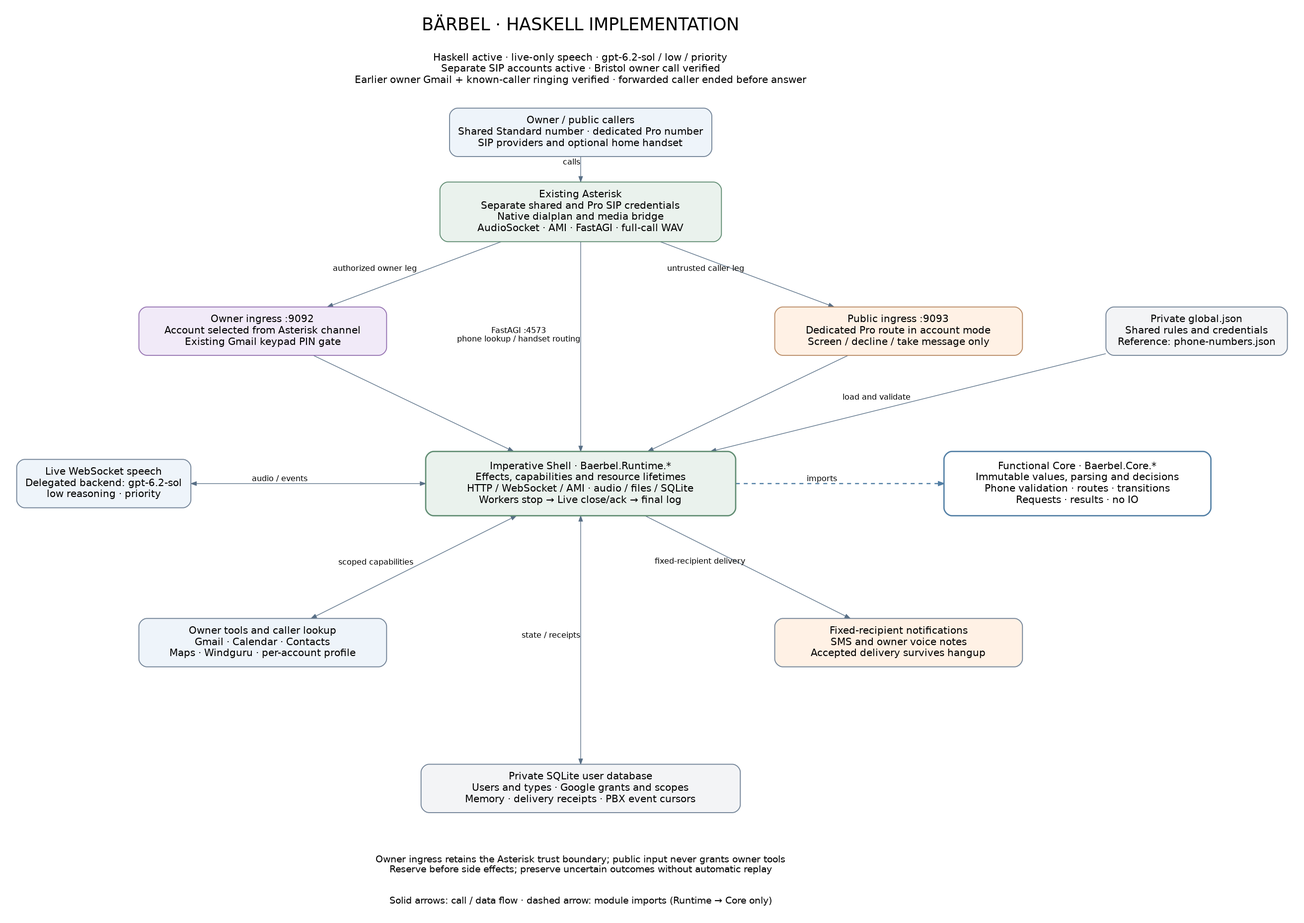
The Graphviz diagram architecture/BAERBEL_SYSTEM_ARCHITECTURE.png in StefanHubner/BaerbelHaskell, before a commit. Its source is kept beside it as architecture/BAERBEL_SYSTEM_ARCHITECTURE.dot.
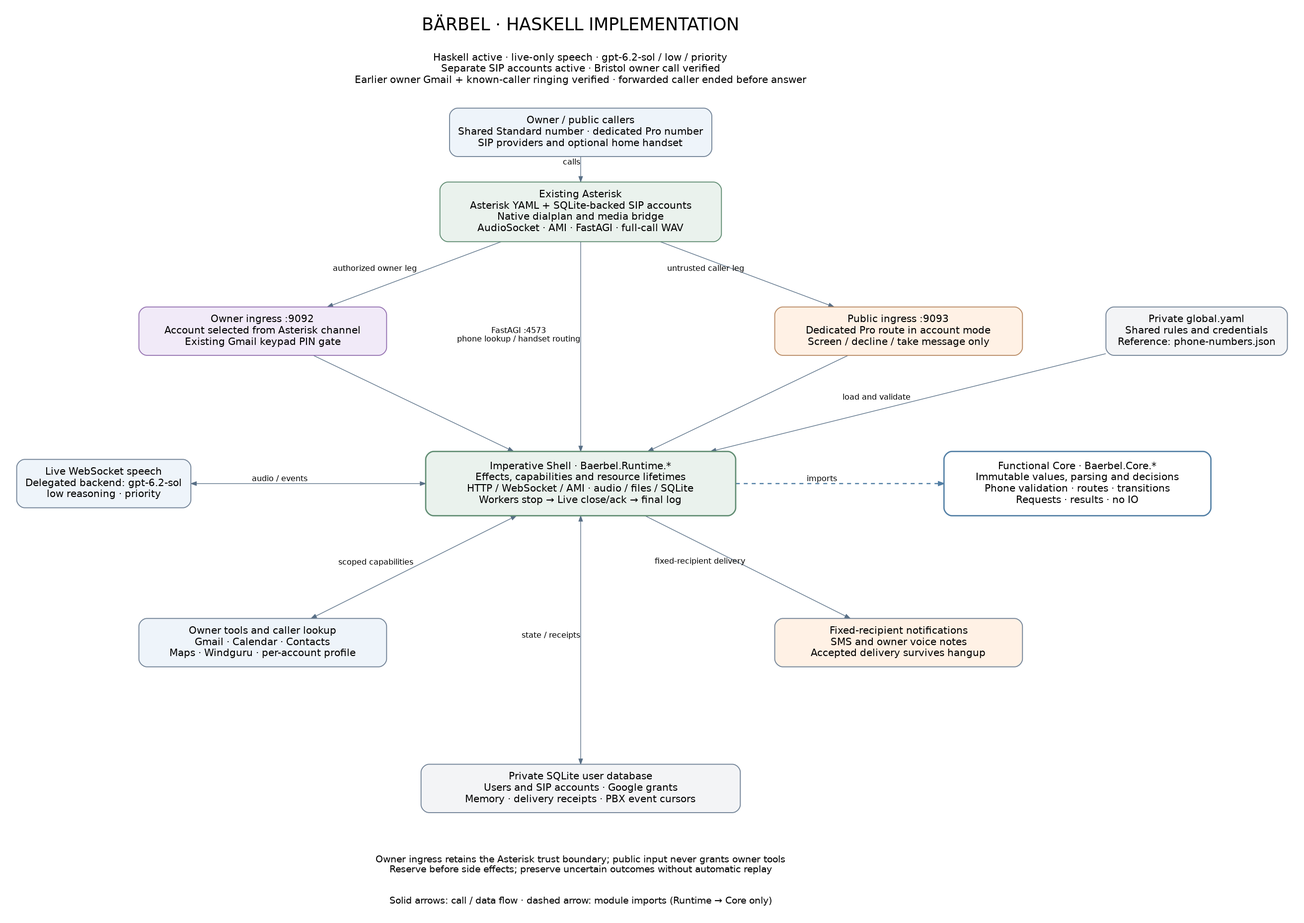
The same file after the commit.

Change to the diagram source:
```diff
@@ -5,7 +5,7 @@
   title [shape=plain, style="", label="BÄRBEL · HASKELL IMPLEMENTATION", fontsize=26, pos="900,1030!"];
   status [shape=plain, style="", label="Haskell active · live-only speech · gpt-6.2-sol / low / priority\nSeparate SIP accounts active · Bristol owner call verified\nEarlier owner Gmail + known-caller ringing verified · forwarded caller ended before answer", fontsize=15, pos="900,965!"];
   phones [label="Owner / public callers\nShared Standard number · dedicated Pro number\nSIP providers and optional home handset", pos="900,870!", width=4.7];
-  pbx [label="Existing Asterisk\nSeparate shared and Pro SIP credentials\nNative dialplan and media bridge\nAudioSocket · AMI · FastAGI · full-call WAV", pos="900,750!", width=5.9, fillcolor="#eaf2ed", color="#618d73"];
+  pbx [label="Existing Asterisk\nAsterisk YAML + SQLite-backed SIP accounts\nNative dialplan and media bridge\nAudioSocket · AMI · FastAGI · full-call WAV", pos="900,750!", width=5.9, fillcolor="#eaf2ed", color="#618d73"];
   owner [label="Owner ingress :9092\nAccount selected from Asterisk channel\nExisting Gmail keypad PIN gate", pos="420,570!", width=5.2, fillcolor="#f1eaf8", color="#9674b2"];
   public [label="Public ingress :9093\nDedicated Pro route in account mode\nScreen / decline / take message only", pos="1380,570!", width=5.2, fillcolor="#fff1e5", color="#b98b65"];
   shell [label="Imperative Shell · Baerbel.Runtime.*\nEffects, capabilities and resource lifetimes\nHTTP / WebSocket / AMI · audio / files / SQLite\nWorkers stop → Live close/ack → final log", pos="900,340!", width=6.5, height=1.35, fillcolor="#eaf2ed", color="#618d73", penwidth=2.0];
@@ -13,8 +13,8 @@
   speech [label="Live WebSocket speech\nDelegated backend: gpt-6.2-sol\nlow reasoning · priority", pos="180,340!", width=3.6];
   providers [label="Owner tools and caller lookup\nGmail · Calendar · Contacts\nMaps · Windguru · per-account profile", pos="420,100!", width=5.2];
   notifications [label="Fixed-recipient notifications\nSMS and owner voice notes\nAccepted delivery survives hangup", pos="1380,100!", width=5.2, fillcolor="#fff1e5"];
-  state [label="Private SQLite user database\nUsers and types · Google grants and scopes\nMemory · delivery receipts · PBX event cursors", pos="900,-120!", width=6.7, fillcolor="#f3f4f6"];
-  config [label="Private global.json\nShared rules and credentials\nReference: phone-numbers.json", pos="1830,570!", width=3.8, fillcolor="#f3f4f6"];
+  state [label="Private SQLite user database\nUsers and SIP accounts · Google grants\nMemory · delivery receipts · PBX event cursors", pos="900,-120!", width=6.7, fillcolor="#f3f4f6"];
+  config [label="Private global.yaml\nShared rules and credentials\nReference: phone-numbers.json", pos="1830,570!", width=3.8, fillcolor="#f3f4f6"];
   permissions [shape=plain, style="", label="Owner ingress retains the Asterisk trust boundary; public input never grants owner tools\nReserve before side effects; preserve uncertain outcomes without automatic replay", fontsize=14, pos="900,-235!"];
   legend [shape=plain, style="", label="Solid arrows: call / data flow · dashed arrow: module imports (Runtime → Core only)", fontsize=14, pos="900,-290!"];
   phones -> pbx [label="calls"];
```
